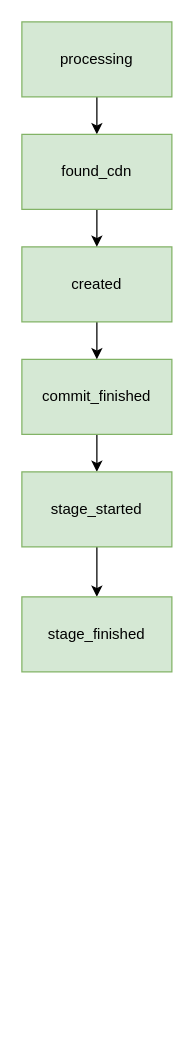
Before: page "a2-pp-deletion" (2 of 5) of Untitled Diagram.drawio in rotemhas/drawio, a draw.io diagram. Source tidied: cells renumbered, new cells numbered last; positions are measured from the earlier drawing's top-left corner, leaving out a move shared by most shapes. Both pictures are drawn from the tidied source at 125%, with x=0, y=0 at pixel (21, 21).
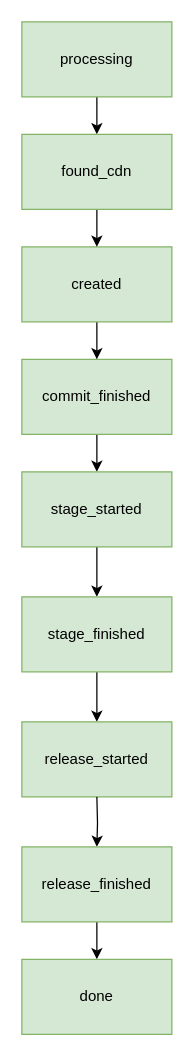
Above is the later version.

What changed in the source:
```diff
@@
 <mxGraphModel>
   <root>
     <mxCell id="0" />
     <mxCell id="1" parent="0" />
     <mxCell id="2" style="edgeStyle=orthogonalEdgeStyle;rounded=0;jettySize=auto;html=1;exitX=0.5;exitY=1;exitDx=0;exitDy=0;entryX=0.5;entryY=0;entryDx=0;entryDy=0;" parent="1" edge="1" source="3" target="12">
       <mxGeometry relative="1" as="geometry" />
     </mxCell>
     <mxCell id="3" value="processing" style="rounded=0;whiteSpace=wrap;html=1;fillColor=#d5e8d4;strokeColor=#82b366;" parent="1" vertex="1">
       <mxGeometry width="120" height="60" as="geometry" />
     </mxCell>
     <mxCell id="4" style="edgeStyle=orthogonalEdgeStyle;rounded=0;jettySize=auto;html=1;exitX=0.5;exitY=1;exitDx=0;exitDy=0;entryX=0.5;entryY=0;entryDx=0;entryDy=0;" parent="1" edge="1" source="5" target="9">
       <mxGeometry relative="1" as="geometry" />
     </mxCell>
     <mxCell id="5" value="commit_finished" style="rounded=0;whiteSpace=wrap;html=1;fillColor=#d5e8d4;strokeColor=#82b366;" parent="1" vertex="1">
       <mxGeometry y="270" width="120" height="60" as="geometry" />
     </mxCell>
     <mxCell id="6" style="edgeStyle=orthogonalEdgeStyle;rounded=0;jettySize=auto;html=1;exitX=0.5;exitY=1;exitDx=0;exitDy=0;entryX=0.5;entryY=0;entryDx=0;entryDy=0;" parent="1" edge="1" source="7" target="5">
       <mxGeometry relative="1" as="geometry" />
     </mxCell>
     <mxCell id="7" value="created" style="rounded=0;whiteSpace=wrap;html=1;fillColor=#d5e8d4;strokeColor=#82b366;" parent="1" vertex="1">
       <mxGeometry y="180" width="120" height="60" as="geometry" />
     </mxCell>
     <mxCell id="8" style="edgeStyle=orthogonalEdgeStyle;rounded=0;jettySize=auto;html=1;exitX=0.5;exitY=1;exitDx=0;exitDy=0;entryX=0.5;entryY=0;entryDx=0;entryDy=0;" parent="1" edge="1" source="9" target="10">
       <mxGeometry relative="1" as="geometry" />
     </mxCell>
     <mxCell id="9" value="stage_started" style="rounded=0;whiteSpace=wrap;html=1;fillColor=#d5e8d4;strokeColor=#82b366;" parent="1" vertex="1">
       <mxGeometry y="360" width="120" height="60" as="geometry" />
     </mxCell>
+    <mxCell id="13" style="edgeStyle=orthogonalEdgeStyle;rounded=0;jettySize=auto;html=1;exitX=0.5;exitY=1;exitDx=0;exitDy=0;entryX=0.5;entryY=0;entryDx=0;entryDy=0;" parent="1" edge="1" source="10" target="14">
+      <mxGeometry relative="1" as="geometry" />
+    </mxCell>
     <mxCell id="10" value="stage_finished" style="rounded=0;whiteSpace=wrap;html=1;fillColor=#d5e8d4;strokeColor=#82b366;" parent="1" vertex="1">
       <mxGeometry y="460" width="120" height="60" as="geometry" />
     </mxCell>
     <mxCell id="11" style="edgeStyle=orthogonalEdgeStyle;rounded=0;jettySize=auto;html=1;exitX=0.5;exitY=1;exitDx=0;exitDy=0;entryX=0.5;entryY=0;entryDx=0;entryDy=0;" parent="1" edge="1" source="12" target="7">
       <mxGeometry relative="1" as="geometry" />
     </mxCell>
     <mxCell id="12" value="found_cdn" style="rounded=0;whiteSpace=wrap;html=1;fillColor=#d5e8d4;strokeColor=#82b366;" parent="1" vertex="1">
       <mxGeometry y="90" width="120" height="60" as="geometry" />
     </mxCell>
+    <mxCell id="14" value="release_started" style="rounded=0;whiteSpace=wrap;html=1;fillColor=#d5e8d4;strokeColor=#82b366;" parent="1" vertex="1">
+      <mxGeometry y="560" width="120" height="60" as="geometry" />
+    </mxCell>
+    <mxCell id="15" style="edgeStyle=orthogonalEdgeStyle;rounded=0;jettySize=auto;html=1;exitX=0.5;exitY=1;exitDx=0;exitDy=0;entryX=0.5;entryY=0;entryDx=0;entryDy=0;" parent="1" edge="1" target="17">
+      <mxGeometry relative="1" as="geometry">
+        <mxPoint x="60" y="620" as="sourcePoint" />
+      </mxGeometry>
+    </mxCell>
+    <mxCell id="16" style="edgeStyle=orthogonalEdgeStyle;rounded=0;jettySize=auto;html=1;exitX=0.5;exitY=1;exitDx=0;exitDy=0;entryX=0.5;entryY=0;entryDx=0;entryDy=0;" parent="1" edge="1" source="17" target="18">
+      <mxGeometry relative="1" as="geometry" />
+    </mxCell>
+    <mxCell id="17" value="release_finished" style="rounded=0;whiteSpace=wrap;html=1;fillColor=#d5e8d4;strokeColor=#82b366;" parent="1" vertex="1">
+      <mxGeometry y="660" width="120" height="60" as="geometry" />
+    </mxCell>
+    <mxCell id="18" value="done" style="rounded=0;whiteSpace=wrap;html=1;fillColor=#d5e8d4;strokeColor=#82b366;" parent="1" vertex="1">
+      <mxGeometry y="750" width="120" height="60" as="geometry" />
+    </mxCell>
   </root>
 </mxGraphModel>
```
